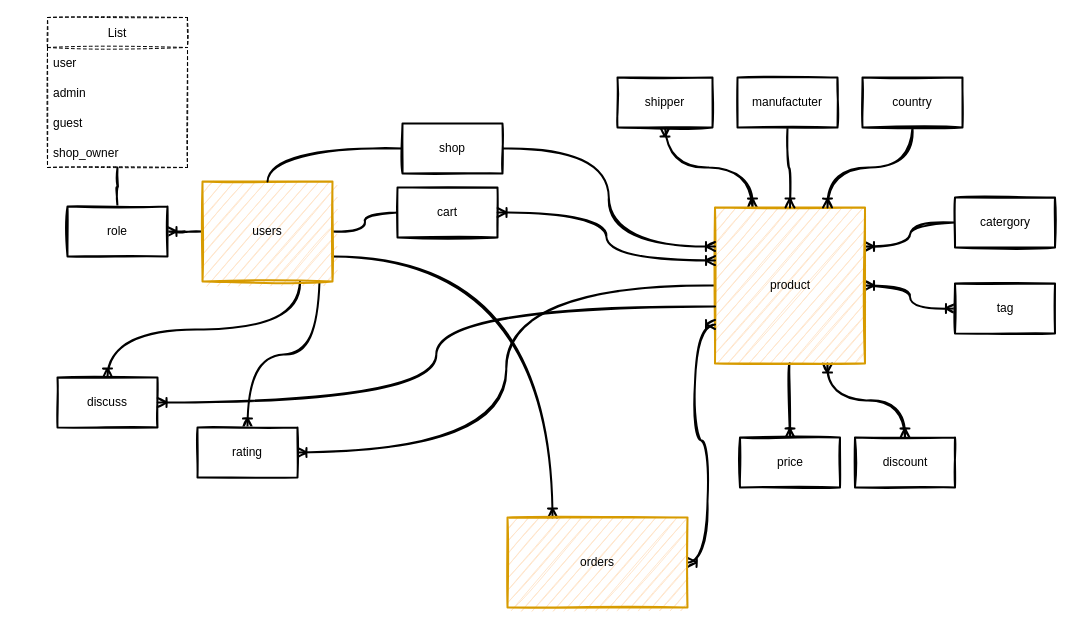
theduonghn/Techmaster-Java keeps this draw.io diagram as page "Primarily design" (1 of 2) of 03.Database/ProjectEcommerce/ProjectEcommerce_Design.drawio. Above is the earlier version. Source tidied: cells renumbered, new cells numbered last; positions are measured from the earlier drawing's top-left corner, leaving out a move shared by most shapes. Both pictures are drawn from the tidied source at 100%, with x=0, y=0 at pixel (47, 17).
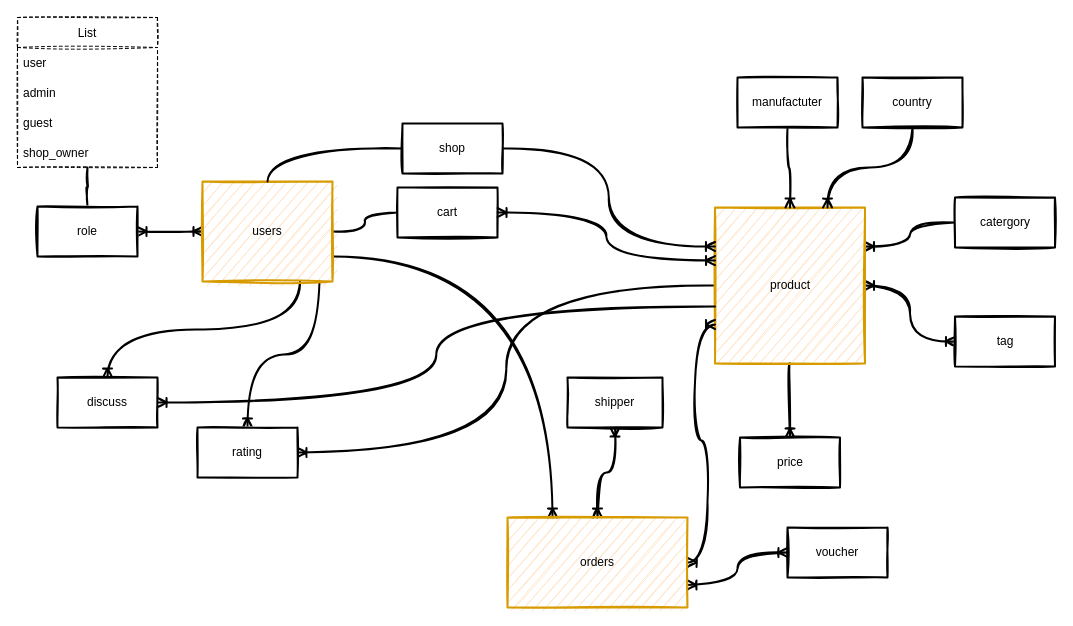
After the change.

The change refers to these unchanged cells:
```xml
<mxCell id="8" value="product" style="rounded=0;whiteSpace=wrap;html=1;strokeWidth=2;fillColor=#ffe6cc;strokeColor=#d79b00;sketch=1;" parent="1" vertex="1">
  <mxGeometry x="667.5" y="190" width="150" height="156" as="geometry" />
</mxCell>
<mxCell id="22" value="users" style="rounded=0;whiteSpace=wrap;html=1;strokeWidth=2;fillColor=#ffe6cc;strokeColor=#d79b00;sketch=1;" parent="1" vertex="1">
  <mxGeometry x="155" y="164" width="130" height="100" as="geometry" />
</mxCell>
<mxCell id="35" value="orders" style="rounded=0;whiteSpace=wrap;html=1;strokeWidth=2;fillColor=#ffe6cc;strokeColor=#d79b00;sketch=1;" parent="1" vertex="1">
  <mxGeometry x="460" y="500" width="180" height="90" as="geometry" />
</mxCell>
```

Change to the diagram source:
```diff
@@
-    <mxCell id="5" style="edgeStyle=orthogonalEdgeStyle;jumpStyle=gap;jettySize=auto;html=1;startArrow=ERoneToMany;startFill=0;endArrow=ERoneToMany;endFill=0;strokeWidth=2;exitX=0.75;exitY=1;exitDx=0;exitDy=0;sketch=1;curved=1;" parent="1" edge="1" source="8" target="16">
+    <mxCell id="5" style="edgeStyle=orthogonalEdgeStyle;jumpStyle=gap;jettySize=auto;html=1;startArrow=ERoneToMany;startFill=0;endArrow=ERoneToMany;endFill=0;strokeWidth=2;sketch=1;curved=1;exitX=1;exitY=0.75;exitDx=0;exitDy=0;" parent="1" edge="1" source="35" target="16">
       <mxGeometry relative="1" as="geometry" />
     </mxCell>
-    <mxCell id="6" style="edgeStyle=orthogonalEdgeStyle;jumpStyle=gap;jettySize=auto;html=1;exitX=0.25;exitY=0;exitDx=0;exitDy=0;startArrow=ERoneToMany;startFill=0;endArrow=ERoneToMany;endFill=0;strokeWidth=2;entryX=0.5;entryY=1;entryDx=0;entryDy=0;sketch=1;curved=1;" parent="1" edge="1" source="8" target="33">
+    <mxCell id="6" style="edgeStyle=orthogonalEdgeStyle;jumpStyle=gap;jettySize=auto;html=1;startArrow=ERoneToMany;startFill=0;endArrow=ERoneToMany;endFill=0;strokeWidth=2;entryX=0.5;entryY=1;entryDx=0;entryDy=0;sketch=1;curved=1;" parent="1" edge="1" source="35" target="33">
       <mxGeometry relative="1" as="geometry" />
     </mxCell>
@@
     <mxCell id="10" value="tag" style="rounded=0;whiteSpace=wrap;html=1;strokeWidth=2;sketch=1;" parent="1" vertex="1">
-      <mxGeometry x="907.5" y="266" width="100" height="50" as="geometry" />
+      <mxGeometry x="907.5" y="299" width="100" height="50" as="geometry" />
     </mxCell>
@@
-    <mxCell id="16" value="discount" style="rounded=0;whiteSpace=wrap;html=1;strokeWidth=2;sketch=1;" parent="1" vertex="1">
-      <mxGeometry x="807.5" y="420" width="100" height="50" as="geometry" />
+    <mxCell id="16" value="voucher" style="rounded=0;whiteSpace=wrap;html=1;strokeWidth=2;sketch=1;" parent="1" vertex="1">
+      <mxGeometry x="740" y="510" width="100" height="50" as="geometry" />
     </mxCell>
@@
-    <mxCell id="18" style="edgeStyle=orthogonalEdgeStyle;jumpStyle=gap;jettySize=auto;html=1;entryX=1;entryY=0.5;entryDx=0;entryDy=0;startArrow=none;startFill=0;endArrow=ERoneToMany;endFill=0;strokeWidth=2;sketch=1;curved=1;" parent="1" edge="1" source="22" target="24">
+    <mxCell id="18" style="edgeStyle=orthogonalEdgeStyle;jumpStyle=gap;jettySize=auto;html=1;entryX=1;entryY=0.5;entryDx=0;entryDy=0;startArrow=ERoneToMany;startFill=0;endArrow=ERoneToMany;endFill=0;strokeWidth=2;sketch=1;curved=1;" parent="1" edge="1" source="22" target="24">
       <mxGeometry relative="1" as="geometry" />
     </mxCell>
@@
     <mxCell id="24" value="role" style="rounded=0;whiteSpace=wrap;html=1;strokeWidth=2;sketch=1;" parent="1" vertex="1">
-      <mxGeometry x="20" y="189" width="100" height="50" as="geometry" />
+      <mxGeometry x="-10" y="189" width="100" height="50" as="geometry" />
     </mxCell>
@@
     <mxCell id="33" value="shipper" style="rounded=0;whiteSpace=wrap;html=1;strokeWidth=2;sketch=1;" parent="1" vertex="1">
-      <mxGeometry x="570" y="60" width="95" height="50" as="geometry" />
+      <mxGeometry x="520" y="360" width="95" height="50" as="geometry" />
     </mxCell>
@@
     <mxCell id="36" value="List" style="swimlane;fontStyle=0;horizontal=1;startSize=30;dashed=1;strokeWidth=1;fillColor=none;sketch=1;" parent="1" vertex="1">
-      <mxGeometry width="140" height="150" as="geometry" />
+      <mxGeometry x="-30" width="140" height="150" as="geometry" />
     </mxCell>
```
